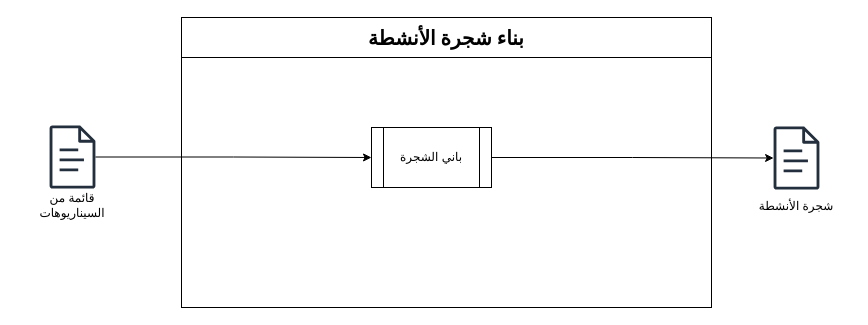
The draw.io diagram تصميم/Stage two (1).drawio in MohamadAlturky/Report-Drafts, before the edit. Source tidied: cells renumbered, new cells numbered last; positions are measured from the earlier drawing's top-left corner, leaving out a move shared by most shapes. Both pictures are drawn from the tidied source at 100%, with x=0, y=0 at pixel (17, 17).
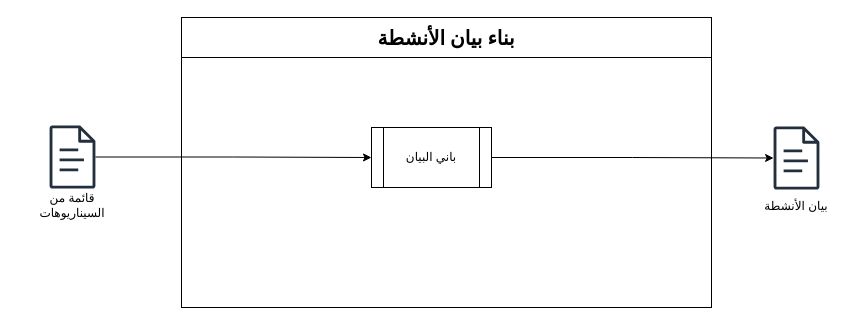
The same page after the edit.

What changed in the source:
```diff
@@
 <mxGraphModel>
   <root>
     <mxCell id="0" />
     <mxCell id="1" parent="0" />
     <mxCell id="2" style="rounded=0;whiteSpace=wrap;html=1;fillColor=default;" parent="1" vertex="1">
       <mxGeometry x="164" y="40" width="530" height="250" as="geometry" />
     </mxCell>
-    <mxCell id="3" value="&lt;span style=&quot;font-size:15.0pt;&lt;br/&gt;mso-ansi-font-size:12.0pt;font-family:&amp;quot;Traditional Arabic&amp;quot;,serif;mso-ascii-font-family:&lt;br/&gt;&amp;quot;Times New Roman&amp;quot;;mso-fareast-font-family:&amp;quot;Times New Roman&amp;quot;;mso-hansi-font-family:&lt;br/&gt;&amp;quot;Times New Roman&amp;quot;;mso-ansi-language:EN-US;mso-fareast-language:EN-US;&lt;br/&gt;mso-bidi-language:AR-SY&quot; dir=&quot;RTL&quot; lang=&quot;AR-SY&quot;&gt;&lt;b&gt;بناء شجرة الأنشطة&lt;/b&gt;&lt;/span&gt;" style="rounded=0;whiteSpace=wrap;html=1;" parent="1" vertex="1">
+    <mxCell id="3" value="&lt;span style=&quot;font-size:15.0pt;&lt;br/&gt;mso-ansi-font-size:12.0pt;font-family:&amp;quot;Traditional Arabic&amp;quot;,serif;mso-ascii-font-family:&lt;br/&gt;&amp;quot;Times New Roman&amp;quot;;mso-fareast-font-family:&amp;quot;Times New Roman&amp;quot;;mso-hansi-font-family:&lt;br/&gt;&amp;quot;Times New Roman&amp;quot;;mso-ansi-language:EN-US;mso-fareast-language:EN-US;&lt;br/&gt;mso-bidi-language:AR-SY&quot; dir=&quot;RTL&quot; lang=&quot;AR-SY&quot;&gt;&lt;b&gt;بناء بيان الأنشطة&lt;/b&gt;&lt;/span&gt;" style="rounded=0;whiteSpace=wrap;html=1;" parent="1" vertex="1">
       <mxGeometry x="164" width="530" height="40" as="geometry" />
     </mxCell>
     <mxCell id="4" style="edgeStyle=orthogonalEdgeStyle;rounded=0;jettySize=auto;html=1;entryX=0;entryY=0.5;entryDx=0;entryDy=0;" parent="1" edge="1" source="5" target="8">
       <mxGeometry relative="1" as="geometry" />
     </mxCell>
     <mxCell id="5" style="sketch=0;outlineConnect=0;fontColor=#232F3E;gradientColor=none;fillColor=#232F3D;strokeColor=none;dashed=0;verticalLabelPosition=bottom;verticalAlign=top;align=center;html=1;fontSize=12;fontStyle=0;shape=mxgraph.aws4.document;" parent="1" vertex="1">
       <mxGeometry x="32" y="108" width="46" height="63" as="geometry" />
     </mxCell>
     <mxCell id="6" value="قائمة من السيناريوهات" style="text;html=1;align=center;verticalAlign=middle;whiteSpace=wrap;rounded=0;" parent="1" vertex="1">
       <mxGeometry y="178" width="110" height="20" as="geometry" />
     </mxCell>
     <mxCell id="7" style="edgeStyle=orthogonalEdgeStyle;rounded=0;jettySize=auto;html=1;" parent="1" edge="1" source="8" target="9">
       <mxGeometry relative="1" as="geometry" />
     </mxCell>
-    <mxCell id="8" value="باني الشجرة" style="shape=process;whiteSpace=wrap;html=1;backgroundOutline=1;" parent="1" vertex="1">
+    <mxCell id="8" value="باني البيان" style="shape=process;whiteSpace=wrap;html=1;backgroundOutline=1;" parent="1" vertex="1">
       <mxGeometry x="354" y="110" width="120" height="60" as="geometry" />
     </mxCell>
     <mxCell id="9" style="sketch=0;outlineConnect=0;fontColor=#232F3E;gradientColor=none;fillColor=#232F3D;strokeColor=none;dashed=0;verticalLabelPosition=bottom;verticalAlign=top;align=center;html=1;fontSize=12;fontStyle=0;shape=mxgraph.aws4.document;" parent="1" vertex="1">
       <mxGeometry x="756" y="109" width="46" height="63" as="geometry" />
     </mxCell>
-    <mxCell id="10" value="شجرة الأنشطة" style="text;html=1;align=center;verticalAlign=middle;whiteSpace=wrap;rounded=0;" parent="1" vertex="1">
+    <mxCell id="10" value="بيان الأنشطة" style="text;html=1;align=center;verticalAlign=middle;whiteSpace=wrap;rounded=0;" parent="1" vertex="1">
       <mxGeometry x="724" y="179" width="110" height="20" as="geometry" />
     </mxCell>
   </root>
 </mxGraphModel>
```
